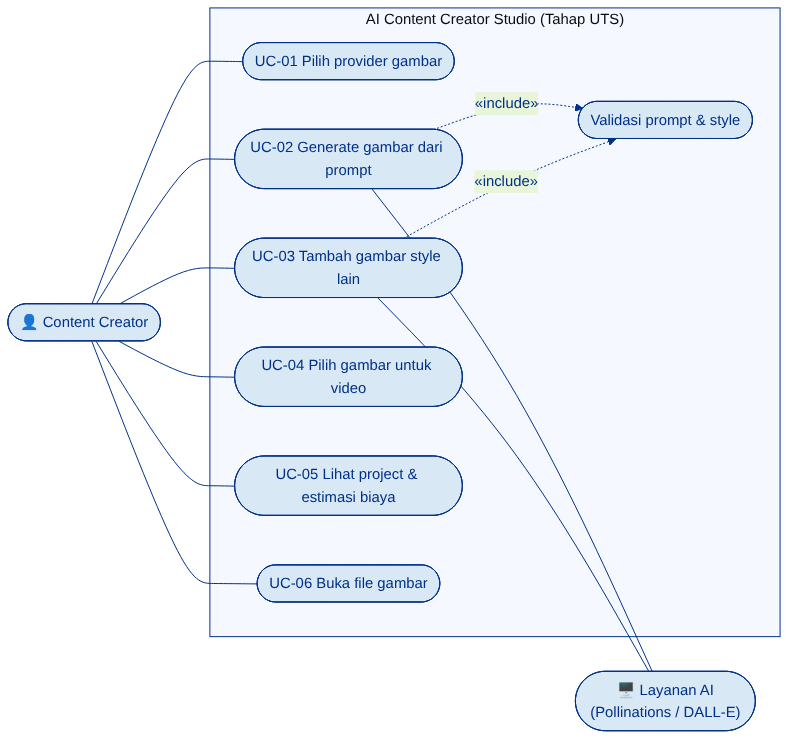
The Mermaid diagram docs/diagrams/usecase.png in Sesu-laia/ai-content-studio, before a commit. Its source is kept beside it as docs/diagrams/usecase.mmd. Source of this version:
```mermaid
flowchart LR
    CC(["👤 Content Creator"])
    AI(["🖥️ Layanan AI<br/>(Pollinations / DALL-E)"])
    subgraph SYS["AI Content Creator Studio (Tahap UTS)"]
        UC01(["UC-01 Pilih provider gambar"])
        UC02(["UC-02 Generate gambar dari prompt"])
        UC03(["UC-03 Tambah gambar style lain"])
        UC04(["UC-04 Pilih gambar untuk video"])
        UC05(["UC-05 Lihat project & estimasi biaya"])
        UC06(["UC-06 Buka file gambar"])
        UCV(["Validasi prompt & style"])
    end
    CC --- UC01
    CC --- UC02
    CC --- UC03
    CC --- UC04
    CC --- UC05
    CC --- UC06
    UC02 -.->|"«include»"| UCV
    UC03 -.->|"«include»"| UCV
    UC02 --- AI
    UC03 --- AI
```
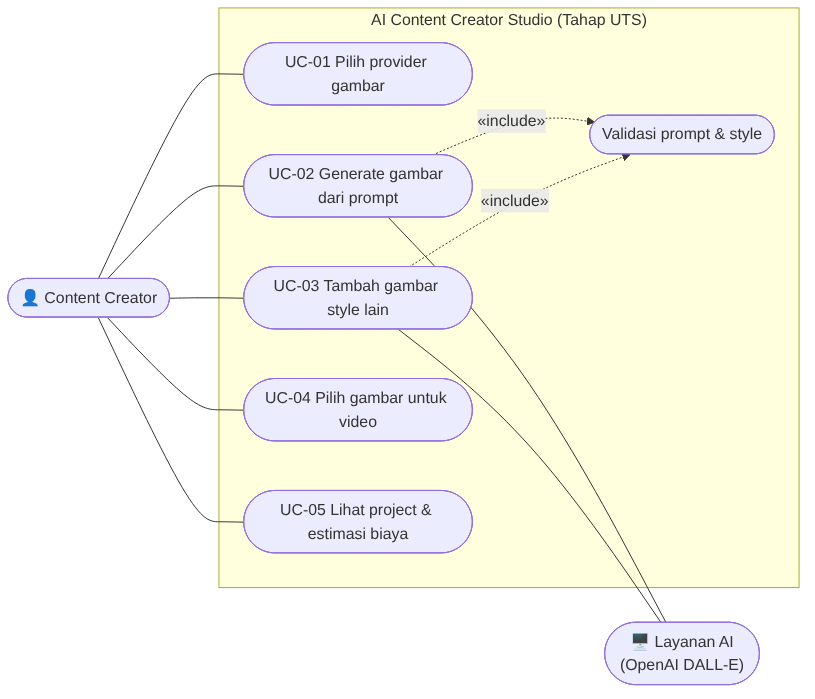
After the commit.

The edit, as a diff of the source:
```diff
@@ -1,13 +1,12 @@
 flowchart LR
     CC(["👤 Content Creator"])
-    AI(["🖥️ Layanan AI<br/>(Pollinations / DALL-E)"])
+    AI(["🖥️ Layanan AI<br/>(OpenAI DALL-E)"])
     subgraph SYS["AI Content Creator Studio (Tahap UTS)"]
         UC01(["UC-01 Pilih provider gambar"])
         UC02(["UC-02 Generate gambar dari prompt"])
         UC03(["UC-03 Tambah gambar style lain"])
         UC04(["UC-04 Pilih gambar untuk video"])
         UC05(["UC-05 Lihat project & estimasi biaya"])
-        UC06(["UC-06 Buka file gambar"])
         UCV(["Validasi prompt & style"])
     end
     CC --- UC01
@@ -15,7 +14,6 @@
     CC --- UC03
     CC --- UC04
     CC --- UC05
-    CC --- UC06
     UC02 -.->|"«include»"| UCV
     UC03 -.->|"«include»"| UCV
     UC02 --- AI
```
